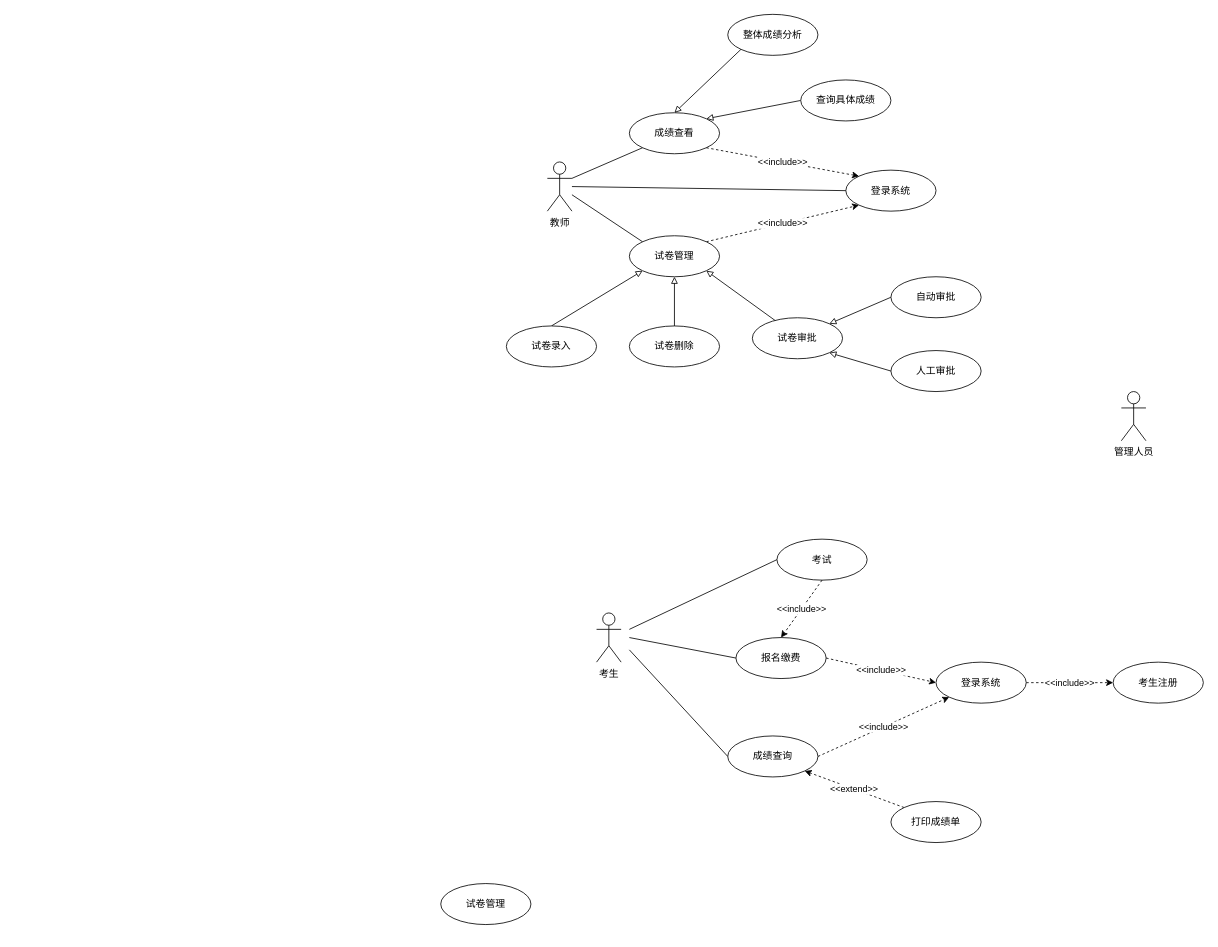
Before: 未命名绘图.drawio in MMMayongtian/CET-6, a draw.io diagram. Source tidied: cells renumbered, new cells numbered last; positions are measured from the earlier drawing's top-left corner, leaving out a move shared by most shapes. Both pictures are drawn from the tidied source at 82%, with x=0, y=0 at pixel (440, 14).
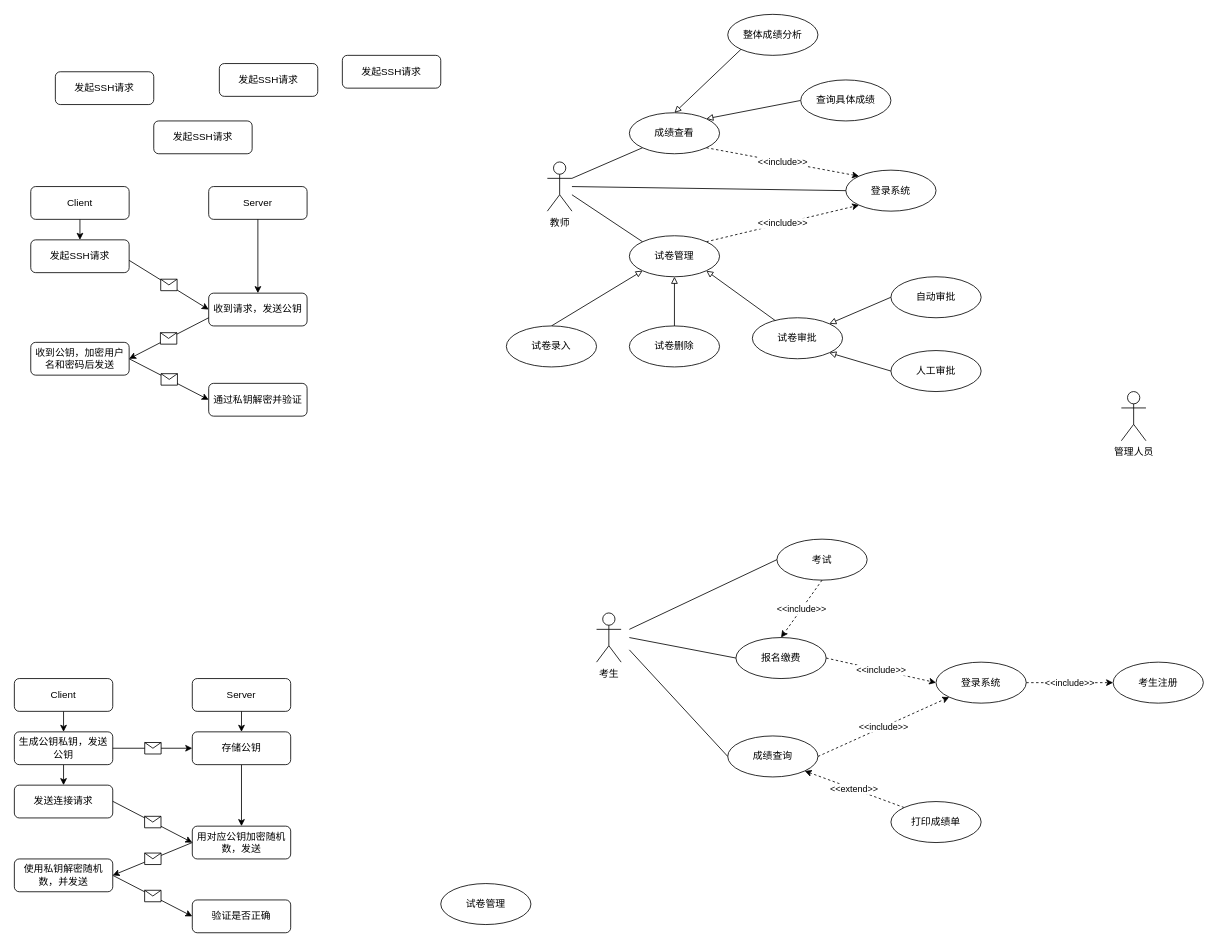
The same diagram, later.

Commit message:
更新未命名绘图.drawio

The edit, as a diff of the source:
```diff
@@
+    <mxCell id="42" style="edgeStyle=orthogonalEdgeStyle;rounded=0;jettySize=auto;html=1;exitX=0.5;exitY=1;exitDx=0;exitDy=0;entryX=0.5;entryY=0;entryDx=0;entryDy=0;" parent="1" edge="1" source="43" target="45">
+      <mxGeometry relative="1" as="geometry" />
+    </mxCell>
+    <mxCell id="43" value="Client" style="rounded=1;whiteSpace=wrap;html=1;" parent="1" vertex="1">
+      <mxGeometry x="-500" y="210" width="120" height="40" as="geometry" />
+    </mxCell>
+    <mxCell id="44" value="Server" style="rounded=1;whiteSpace=wrap;html=1;" parent="1" vertex="1">
+      <mxGeometry x="-283" y="210" width="120" height="40" as="geometry" />
+    </mxCell>
+    <mxCell id="45" value="发起SSH请求" style="rounded=1;whiteSpace=wrap;html=1;" parent="1" vertex="1">
+      <mxGeometry x="-500" y="275" width="120" height="40" as="geometry" />
+    </mxCell>
+    <mxCell id="46" style="edgeStyle=orthogonalEdgeStyle;rounded=0;jettySize=auto;html=1;entryX=0.5;entryY=0;entryDx=0;entryDy=0;exitX=0.5;exitY=1;exitDx=0;exitDy=0;" parent="1" edge="1" source="44" target="50">
+      <mxGeometry relative="1" as="geometry" />
+    </mxCell>
+    <mxCell id="47" value="发起SSH请求" style="rounded=1;whiteSpace=wrap;html=1;" parent="1" vertex="1">
+      <mxGeometry x="-350" y="130" width="120" height="40" as="geometry" />
+    </mxCell>
+    <mxCell id="48" value="收到公钥，加密用户名和密码后发送" style="rounded=1;whiteSpace=wrap;html=1;" parent="1" vertex="1">
+      <mxGeometry x="-500" y="400" width="120" height="40" as="geometry" />
+    </mxCell>
+    <mxCell id="49" value="发起SSH请求" style="rounded=1;whiteSpace=wrap;html=1;" parent="1" vertex="1">
+      <mxGeometry x="-120" y="50" width="120" height="40" as="geometry" />
+    </mxCell>
+    <mxCell id="50" value="收到请求，发送公钥" style="rounded=1;whiteSpace=wrap;html=1;" parent="1" vertex="1">
+      <mxGeometry x="-283" y="340" width="120" height="40" as="geometry" />
+    </mxCell>
+    <mxCell id="51" value="发起SSH请求" style="rounded=1;whiteSpace=wrap;html=1;" parent="1" vertex="1">
+      <mxGeometry x="-270" y="60" width="120" height="40" as="geometry" />
+    </mxCell>
+    <mxCell id="52" value="发起SSH请求" style="rounded=1;whiteSpace=wrap;html=1;" parent="1" vertex="1">
+      <mxGeometry x="-470" y="70" width="120" height="40" as="geometry" />
+    </mxCell>
+    <mxCell id="53" value="通过私钥解密并验证" style="rounded=1;whiteSpace=wrap;html=1;" parent="1" vertex="1">
+      <mxGeometry x="-283" y="450" width="120" height="40" as="geometry" />
+    </mxCell>
+    <mxCell id="54" style="endArrow=classic;html=1;rounded=0;entryX=0;entryY=0.5;entryDx=0;entryDy=0;" parent="1" edge="1" target="50">
+      <mxGeometry relative="1" as="geometry">
+        <mxPoint x="-380" y="300" as="sourcePoint" />
+      </mxGeometry>
+    </mxCell>
+    <mxCell id="55" style="shape=message;html=1;" parent="54" vertex="1">
+      <mxGeometry width="20" height="14" relative="1" as="geometry">
+        <mxPoint x="-10" y="-7" as="offset" />
+      </mxGeometry>
+    </mxCell>
+    <mxCell id="56" style="endArrow=classic;html=1;rounded=0;entryX=0;entryY=0.5;entryDx=0;entryDy=0;" parent="1" edge="1" target="53">
+      <mxGeometry relative="1" as="geometry">
+        <mxPoint x="-380" y="420" as="sourcePoint" />
+      </mxGeometry>
+    </mxCell>
+    <mxCell id="57" style="shape=message;html=1;" parent="56" vertex="1">
+      <mxGeometry width="20" height="14" relative="1" as="geometry">
+        <mxPoint x="-10" y="-7" as="offset" />
+      </mxGeometry>
+    </mxCell>
+    <mxCell id="58" style="endArrow=classic;html=1;rounded=0;entryX=1;entryY=0.5;entryDx=0;entryDy=0;exitX=0;exitY=0.75;exitDx=0;exitDy=0;" parent="1" edge="1" source="50" target="48">
+      <mxGeometry relative="1" as="geometry" />
+    </mxCell>
+    <mxCell id="59" style="shape=message;html=1;" parent="58" vertex="1">
+      <mxGeometry width="20" height="14" relative="1" as="geometry">
+        <mxPoint x="-10" y="-7" as="offset" />
+      </mxGeometry>
+    </mxCell>
+    <mxCell id="60" style="edgeStyle=orthogonalEdgeStyle;rounded=0;jettySize=auto;html=1;exitX=0.5;exitY=1;exitDx=0;exitDy=0;entryX=0.5;entryY=0;entryDx=0;entryDy=0;" parent="1" edge="1" source="61" target="64">
+      <mxGeometry relative="1" as="geometry" />
+    </mxCell>
+    <mxCell id="61" value="Client" style="rounded=1;whiteSpace=wrap;html=1;" parent="1" vertex="1">
+      <mxGeometry x="-520" y="810" width="120" height="40" as="geometry" />
+    </mxCell>
+    <mxCell id="62" value="Server" style="rounded=1;whiteSpace=wrap;html=1;" parent="1" vertex="1">
+      <mxGeometry x="-303" y="810" width="120" height="40" as="geometry" />
+    </mxCell>
+    <mxCell id="63" style="edgeStyle=orthogonalEdgeStyle;rounded=0;jettySize=auto;html=1;exitX=0.5;exitY=1;exitDx=0;exitDy=0;entryX=0.5;entryY=0;entryDx=0;entryDy=0;" parent="1" edge="1" source="64" target="66">
+      <mxGeometry relative="1" as="geometry" />
+    </mxCell>
+    <mxCell id="64" value="生成公钥私钥，发送公钥" style="rounded=1;whiteSpace=wrap;html=1;" parent="1" vertex="1">
+      <mxGeometry x="-520" y="875" width="120" height="40" as="geometry" />
+    </mxCell>
+    <mxCell id="65" style="edgeStyle=orthogonalEdgeStyle;rounded=0;jettySize=auto;html=1;entryX=0.5;entryY=0;entryDx=0;entryDy=0;exitX=0.5;exitY=1;exitDx=0;exitDy=0;" parent="1" edge="1" source="62" target="68">
+      <mxGeometry relative="1" as="geometry" />
+    </mxCell>
+    <mxCell id="66" value="发送连接请求" style="rounded=1;whiteSpace=wrap;html=1;" parent="1" vertex="1">
+      <mxGeometry x="-520" y="940" width="120" height="40" as="geometry" />
+    </mxCell>
+    <mxCell id="67" style="edgeStyle=orthogonalEdgeStyle;rounded=0;jettySize=auto;html=1;exitX=0.5;exitY=1;exitDx=0;exitDy=0;entryX=0.5;entryY=0;entryDx=0;entryDy=0;" parent="1" edge="1" source="68" target="69">
+      <mxGeometry relative="1" as="geometry" />
+    </mxCell>
+    <mxCell id="68" value="存储公钥" style="rounded=1;whiteSpace=wrap;html=1;" parent="1" vertex="1">
+      <mxGeometry x="-303" y="875" width="120" height="40" as="geometry" />
+    </mxCell>
+    <mxCell id="69" value="用对应公钥加密随机数，发送" style="rounded=1;whiteSpace=wrap;html=1;" parent="1" vertex="1">
+      <mxGeometry x="-303" y="990" width="120" height="40" as="geometry" />
+    </mxCell>
+    <mxCell id="70" style="endArrow=classic;html=1;rounded=0;exitX=1;exitY=0.5;exitDx=0;exitDy=0;entryX=0;entryY=0.5;entryDx=0;entryDy=0;" parent="1" edge="1" source="64" target="68">
+      <mxGeometry relative="1" as="geometry" />
+    </mxCell>
+    <mxCell id="71" style="shape=message;html=1;" parent="70" vertex="1">
+      <mxGeometry width="20" height="14" relative="1" as="geometry">
+        <mxPoint x="-10" y="-7" as="offset" />
+      </mxGeometry>
+    </mxCell>
+    <mxCell id="72" style="endArrow=classic;html=1;rounded=0;exitX=1;exitY=0.5;exitDx=0;exitDy=0;entryX=0;entryY=0.5;entryDx=0;entryDy=0;" parent="1" edge="1" target="69">
+      <mxGeometry relative="1" as="geometry">
+        <mxPoint x="-400" y="959.7" as="sourcePoint" />
+      </mxGeometry>
+    </mxCell>
+    <mxCell id="73" style="shape=message;html=1;" parent="72" vertex="1">
+      <mxGeometry width="20" height="14" relative="1" as="geometry">
+        <mxPoint x="-10" y="-7" as="offset" />
+      </mxGeometry>
+    </mxCell>
+    <mxCell id="74" value="验证是否正确" style="rounded=1;whiteSpace=wrap;html=1;" parent="1" vertex="1">
+      <mxGeometry x="-303" y="1080" width="120" height="40" as="geometry" />
+    </mxCell>
+    <mxCell id="75" value="使用私钥解密随机数，并发送" style="rounded=1;whiteSpace=wrap;html=1;" parent="1" vertex="1">
+      <mxGeometry x="-520" y="1030" width="120" height="40" as="geometry" />
+    </mxCell>
+    <mxCell id="76" style="endArrow=classic;html=1;rounded=0;exitX=0;exitY=0.5;exitDx=0;exitDy=0;entryX=1;entryY=0.5;entryDx=0;entryDy=0;" parent="1" edge="1" source="69" target="75">
+      <mxGeometry relative="1" as="geometry" />
+    </mxCell>
+    <mxCell id="77" style="shape=message;html=1;" parent="76" vertex="1">
+      <mxGeometry width="20" height="14" relative="1" as="geometry">
+        <mxPoint x="-10" y="-7" as="offset" />
+      </mxGeometry>
+    </mxCell>
+    <mxCell id="78" style="endArrow=classic;html=1;rounded=0;exitX=1;exitY=0.5;exitDx=0;exitDy=0;entryX=0;entryY=0.5;entryDx=0;entryDy=0;" parent="1" edge="1" source="75" target="74">
+      <mxGeometry relative="1" as="geometry" />
+    </mxCell>
+    <mxCell id="79" style="shape=message;html=1;" parent="78" vertex="1">
+      <mxGeometry width="20" height="14" relative="1" as="geometry">
+        <mxPoint x="-10" y="-7" as="offset" />
+      </mxGeometry>
+    </mxCell>
```
